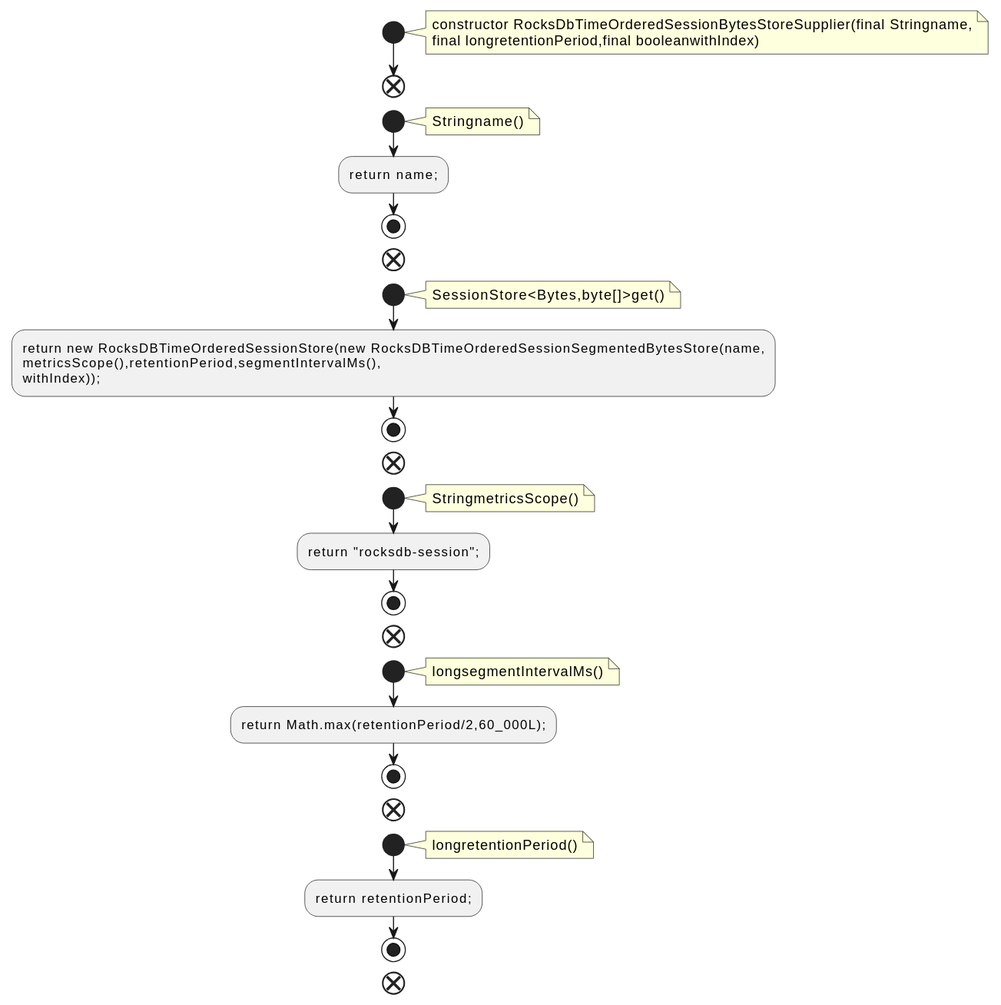
Earlier version of the PlantUML export docs/qc/streams/src/main/java/org/apache/kafka/streams/state/internals/RocksDbTimeOrderedSessionBytesStoreSupplier.java.fct.svg (qualitesys/kafka).
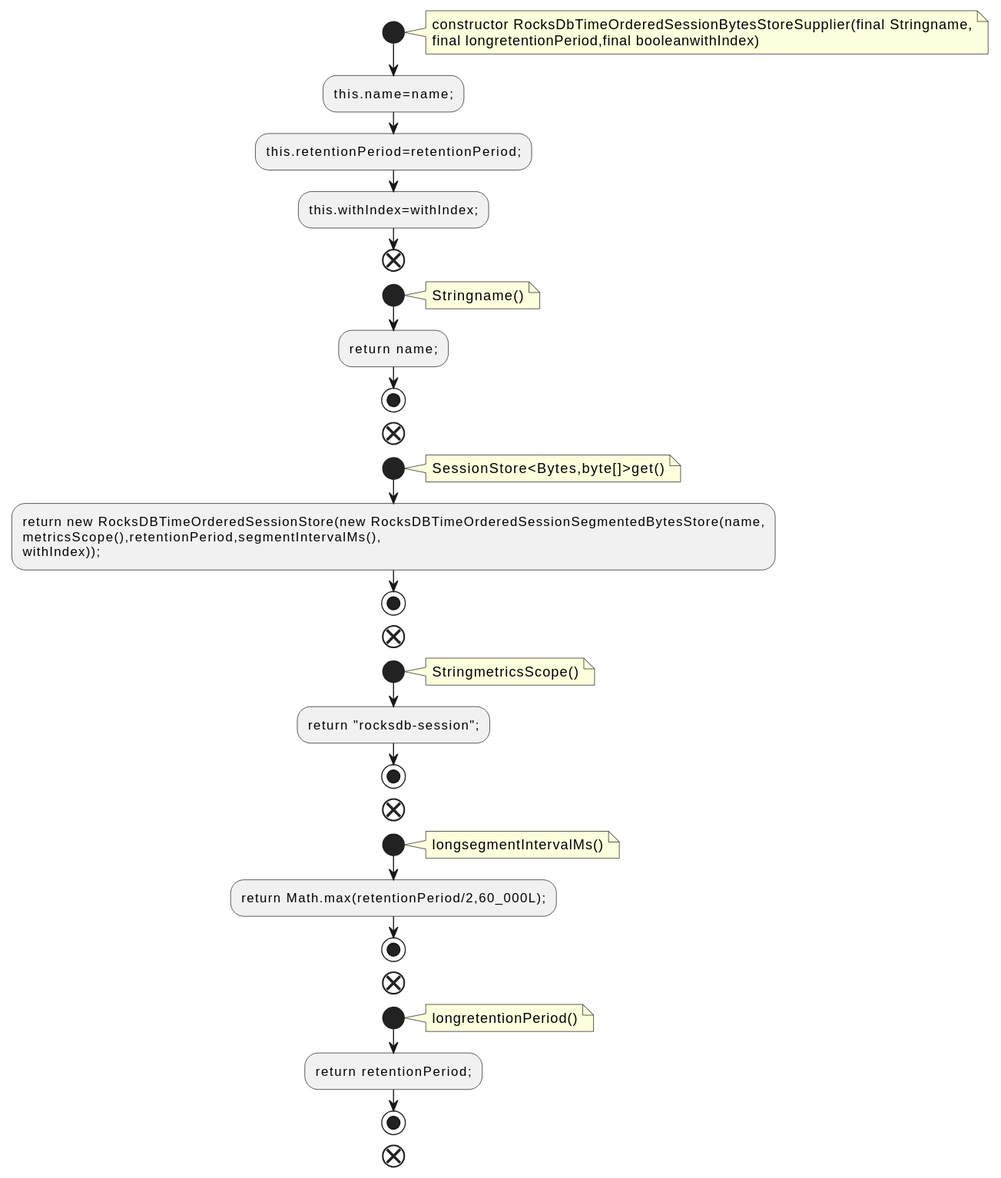
After the change.

Diff of the diagram source:
```diff
@@ -5,6 +5,9 @@
 constructor RocksDbTimeOrderedSessionBytesStoreSupplier(final Stringname,
 final longretentionPeriod,final booleanwithIndex)
 end note
+:this.name=name;;
+:this.retentionPeriod=retentionPeriod;;
+:this.withIndex=withIndex;;
 end
 start
 note right
```
